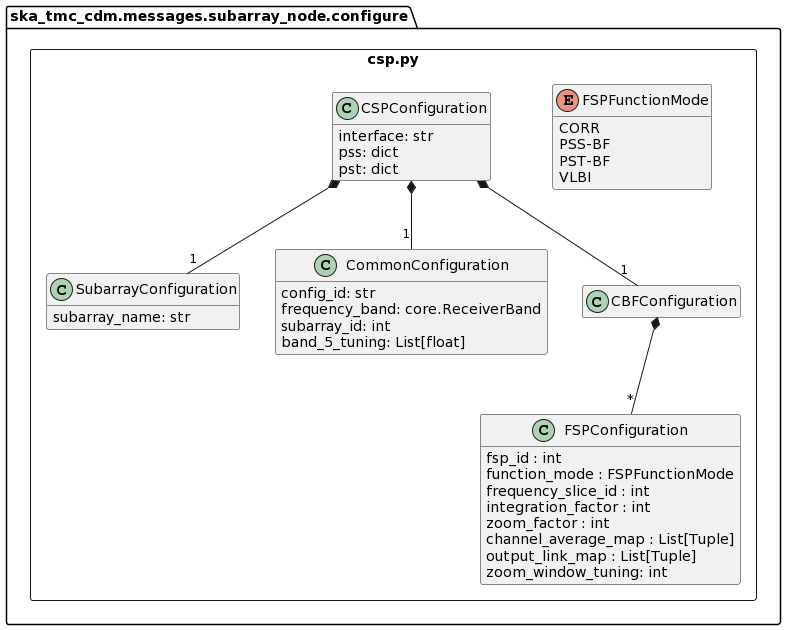
This is docs/src/developer/subarraynode/csp.png from ska-telescope/cdm-shared-library, a PlantUML export, as it was before one commit.
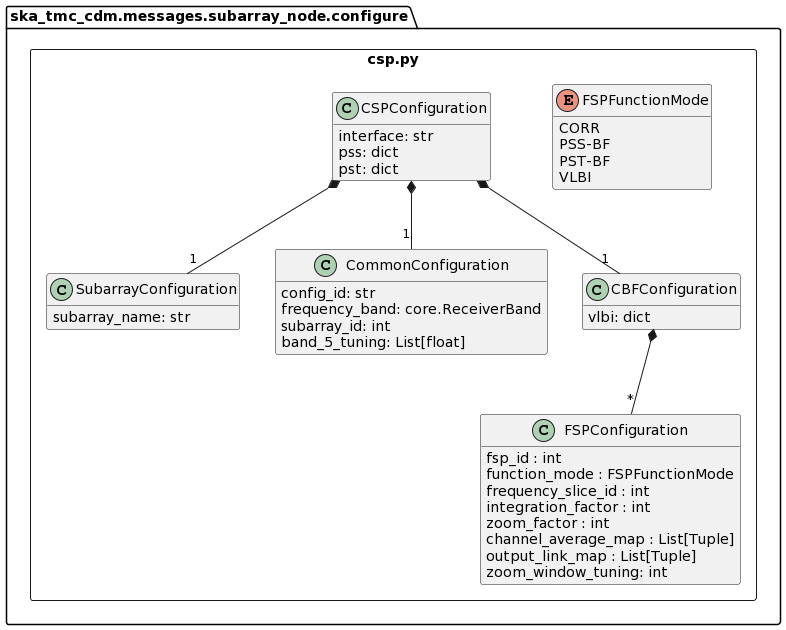
After the change.

Commit message:
NAK-99 update the csp configuration diagram

Change to the diagram source:
```diff
@@ -20,7 +20,7 @@
 	    }
 
 	    class CBFConfiguration {
-
+            vlbi: dict
 	    }
 
 	    class PSTConfiguration {
```
